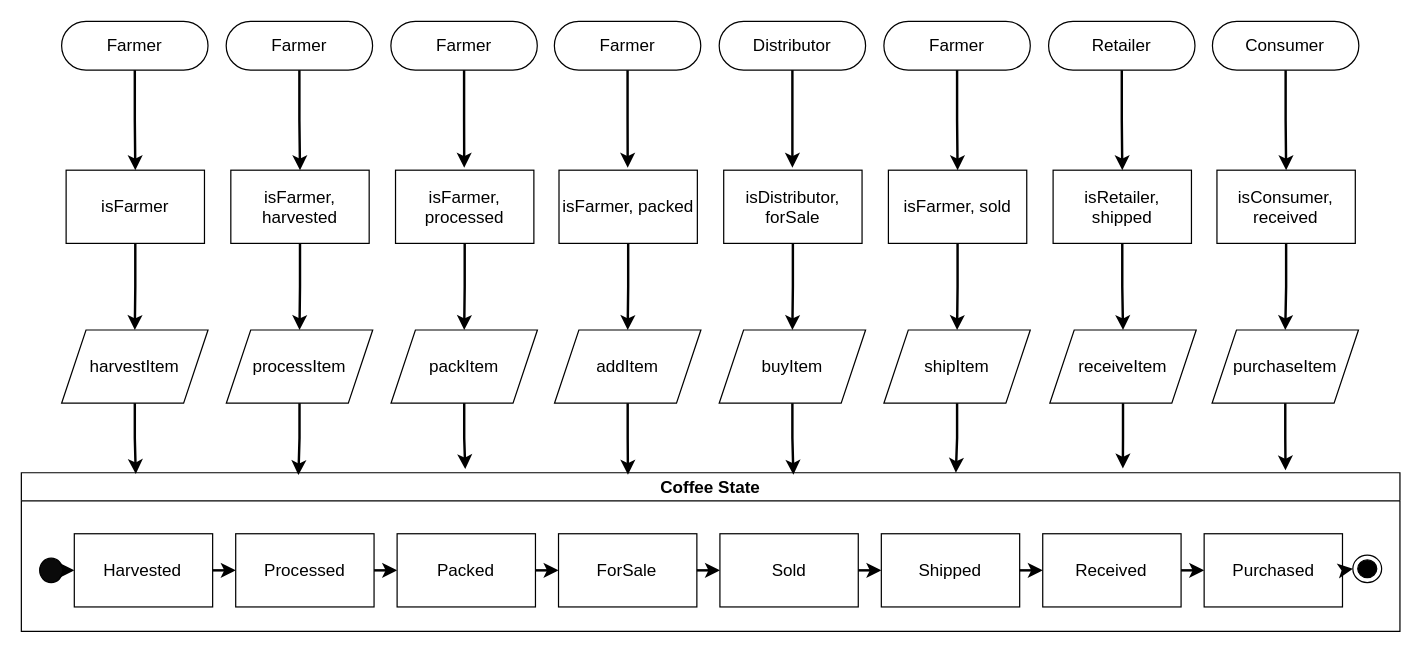
daviparanagua/udacity_blockchain_p3 keeps this draw.io diagram as uml/state.drawio. Above is the earlier version. Source tidied: cells renumbered, new cells numbered last; positions are measured from the earlier drawing's top-left corner, leaving out a move shared by most shapes. Both pictures are drawn from the tidied source at 122%, with x=0, y=0 at pixel (21, 21).
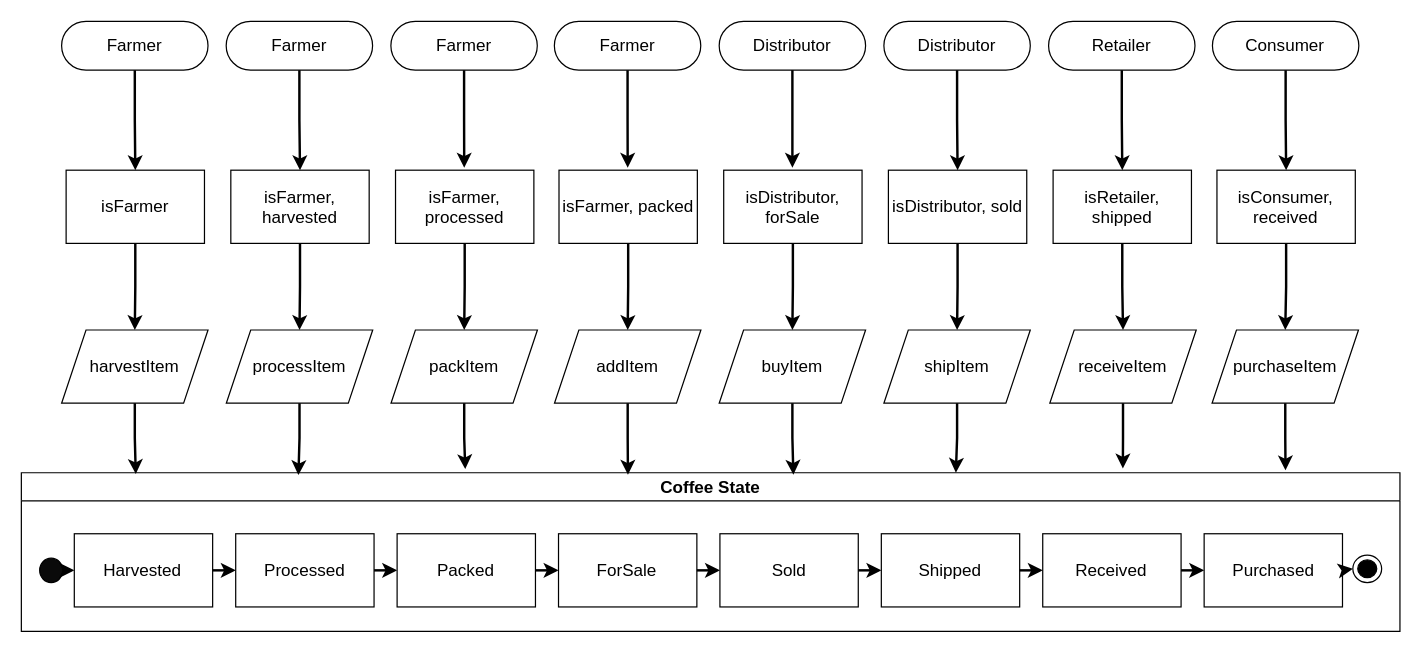
The same page after the edit.

The change refers to these unchanged cells:
```xml
<mxCell id="23" style="group;" parent="1" vertex="1">
  <mxGeometry x="33" width="1063.3" height="40" as="geometry" />
</mxCell>
<mxCell id="32" style="group;" parent="1" vertex="1">
  <mxGeometry x="36.7" y="122" width="1056.7" height="60" as="geometry" />
</mxCell>
```

The edit, as a diff of the source:
```diff
@@
-    <mxCell id="29" value="Farmer" style="rounded=1;whiteSpace=wrap;html=1;fontSize=14;arcSize=50;fillColor=#FFFFFF;" parent="23" vertex="1">
+    <mxCell id="29" value="Distributor" style="rounded=1;whiteSpace=wrap;html=1;fontSize=14;arcSize=50;fillColor=#FFFFFF;" parent="23" vertex="1">
       <mxGeometry x="674" width="120" height="40" as="geometry" />
     </mxCell>
@@
-    <mxCell id="38" value="isFarmer, sold" style="rounded=0;whiteSpace=wrap;html=1;fontSize=14;" parent="32" vertex="1">
+    <mxCell id="38" value="isDistributor, sold" style="rounded=0;whiteSpace=wrap;html=1;fontSize=14;" parent="32" vertex="1">
       <mxGeometry x="674" width="113.4" height="60" as="geometry" />
     </mxCell>
```
